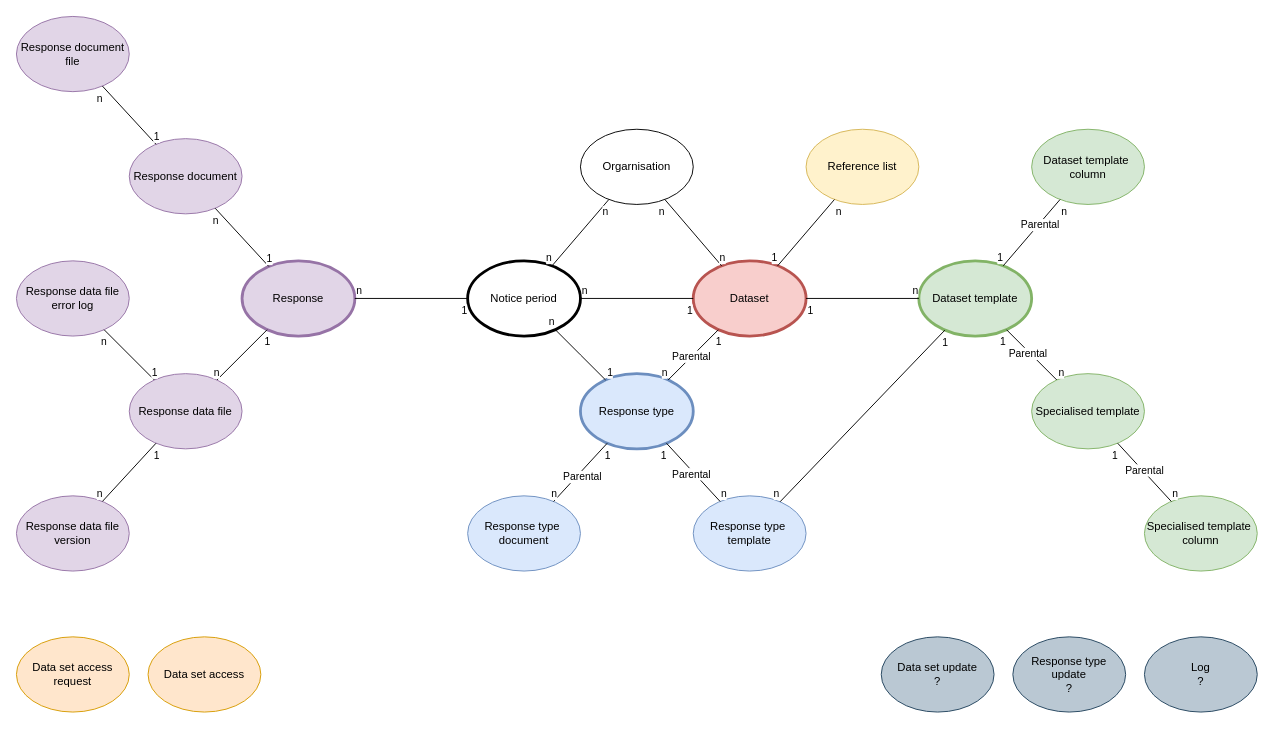
danieldotskc/helloworld keeps this draw.io diagram as page "Table diagram" (4 of 13) of Data portal.drawio. Above is the earlier version. Source tidied: cells renumbered, new cells numbered last; positions are measured from the earlier drawing's top-left corner, leaving out a move shared by most shapes. Both pictures are drawn from the tidied source at 94%, with x=0, y=0 at pixel (16, 16).
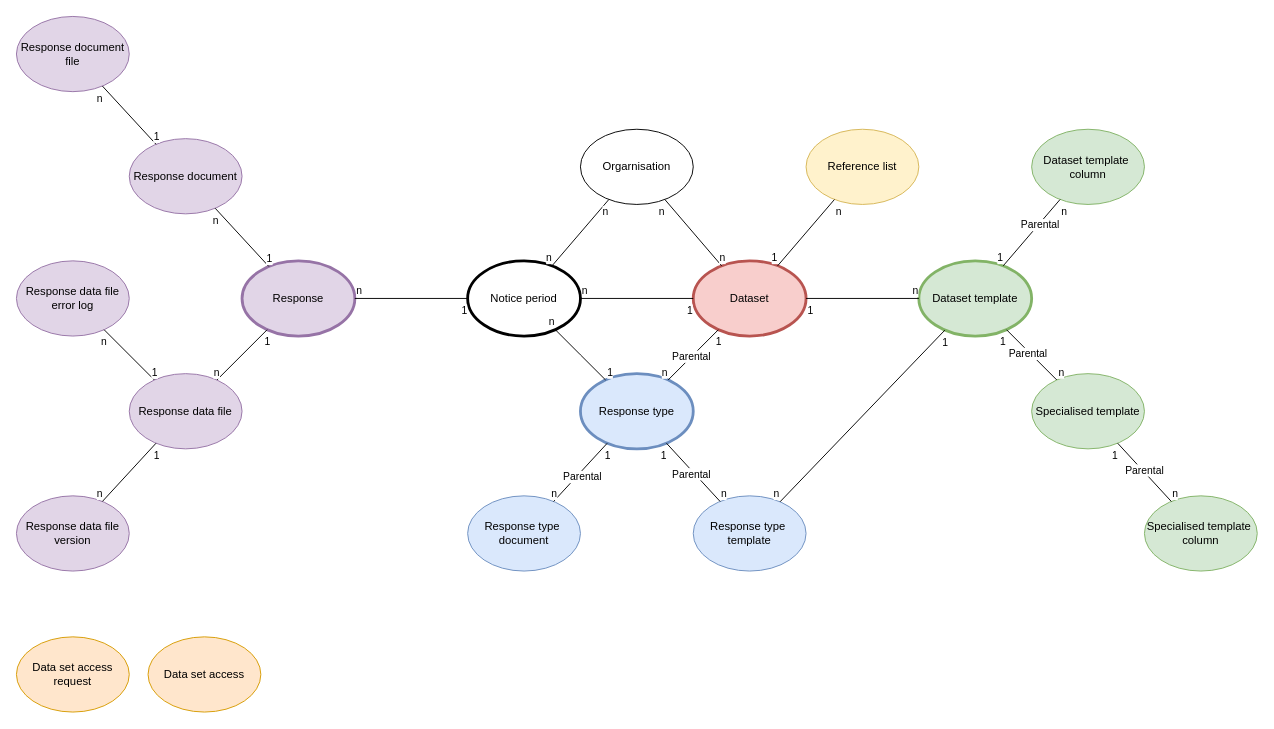
The same diagram, later.

Change to the diagram source:
```diff
@@
-    <mxCell id="60" value="Data set update&lt;div&gt;?&lt;/div&gt;" style="ellipse;whiteSpace=wrap;html=1;fillColor=#bac8d3;strokeColor=#23445d;" parent="1" vertex="1">
-      <mxGeometry x="920" y="660" width="120" height="80" as="geometry" />
-    </mxCell>
-    <mxCell id="61" value="Log&lt;div&gt;?&lt;/div&gt;" style="ellipse;whiteSpace=wrap;html=1;fillColor=#bac8d3;strokeColor=#23445d;" parent="1" vertex="1">
-      <mxGeometry x="1200" y="660" width="120" height="80" as="geometry" />
-    </mxCell>
@@
-    <mxCell id="68" value="Response type update&lt;div&gt;?&lt;/div&gt;" style="ellipse;whiteSpace=wrap;html=1;fillColor=#bac8d3;strokeColor=#23445d;" parent="1" vertex="1">
-      <mxGeometry x="1060" y="660" width="120" height="80" as="geometry" />
-    </mxCell>
```
